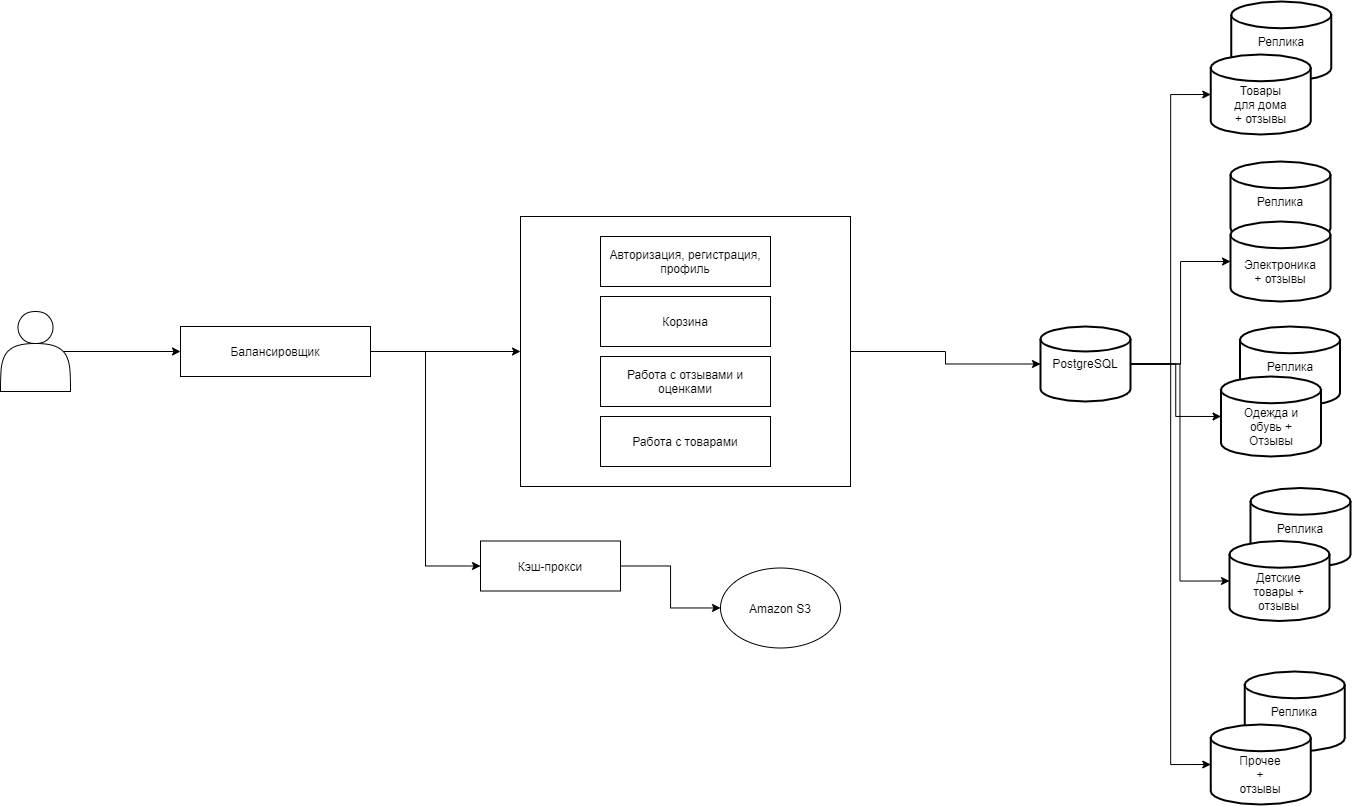
ErikDoter/highload keeps this draw.io diagram as files/shema.png. Above is the earlier version. Source tidied: cells renumbered, new cells last; positions are measured from the earlier drawing's top-left corner, leaving out a move shared by most shapes. Its diagram source:
```xml
<mxGraphModel>
  <root>
    <mxCell id="0" />
    <mxCell id="1" parent="0" />
    <mxCell id="2" style="edgeStyle=orthogonalEdgeStyle;rounded=0;jettySize=auto;html=1;exitX=0.9;exitY=0.5;exitDx=0;exitDy=0;exitPerimeter=0;entryX=0;entryY=0.5;entryDx=0;entryDy=0;" parent="1" edge="1" source="3" target="6">
      <mxGeometry relative="1" as="geometry" />
    </mxCell>
    <mxCell id="3" style="shape=actor;whiteSpace=wrap;html=1;" parent="1" vertex="1">
      <mxGeometry y="310" width="70" height="80" as="geometry" />
    </mxCell>
    <mxCell id="4" style="edgeStyle=orthogonalEdgeStyle;rounded=0;jettySize=auto;html=1;exitX=1;exitY=0.5;exitDx=0;exitDy=0;entryX=0;entryY=0.5;entryDx=0;entryDy=0;" parent="1" edge="1" source="6" target="11">
      <mxGeometry relative="1" as="geometry" />
    </mxCell>
    <mxCell id="5" style="edgeStyle=orthogonalEdgeStyle;rounded=0;jettySize=auto;html=1;exitX=1;exitY=0.5;exitDx=0;exitDy=0;entryX=0;entryY=0.5;entryDx=0;entryDy=0;" parent="1" edge="1" source="6" target="8">
      <mxGeometry relative="1" as="geometry" />
    </mxCell>
    <mxCell id="6" value="Балансировщик" style="rounded=0;whiteSpace=wrap;html=1;" parent="1" vertex="1">
      <mxGeometry x="180" y="325" width="190" height="50" as="geometry" />
    </mxCell>
    <mxCell id="7" style="edgeStyle=orthogonalEdgeStyle;rounded=0;jettySize=auto;html=1;exitX=1;exitY=0.5;exitDx=0;exitDy=0;" parent="1" edge="1" source="8" target="9">
      <mxGeometry relative="1" as="geometry" />
    </mxCell>
    <mxCell id="8" value="Кэш-прокси" style="rounded=0;whiteSpace=wrap;html=1;" parent="1" vertex="1">
      <mxGeometry x="480" y="539.5" width="140" height="50" as="geometry" />
    </mxCell>
    <mxCell id="9" value="Amazon S3" style="ellipse;whiteSpace=wrap;html=1;" parent="1" vertex="1">
      <mxGeometry x="720" y="566.5" width="120" height="80" as="geometry" />
    </mxCell>
    <mxCell id="10" style="edgeStyle=orthogonalEdgeStyle;rounded=0;jettySize=auto;html=1;exitX=1;exitY=0.5;exitDx=0;exitDy=0;entryX=0;entryY=0.5;entryDx=0;entryDy=0;entryPerimeter=0;" parent="1" edge="1" source="11" target="21">
      <mxGeometry relative="1" as="geometry" />
    </mxCell>
    <mxCell id="11" style="rounded=0;whiteSpace=wrap;html=1;" parent="1" vertex="1">
      <mxGeometry x="520" y="215" width="330" height="270" as="geometry" />
    </mxCell>
    <mxCell id="12" value="Корзина" style="rounded=0;whiteSpace=wrap;html=1;" parent="1" vertex="1">
      <mxGeometry x="600" y="295" width="170" height="50" as="geometry" />
    </mxCell>
    <mxCell id="13" value="Работа с отзывами и оценками" style="rounded=0;whiteSpace=wrap;html=1;" parent="1" vertex="1">
      <mxGeometry x="600" y="355" width="170" height="50" as="geometry" />
    </mxCell>
    <mxCell id="14" value="Работа с товарами" style="rounded=0;whiteSpace=wrap;html=1;" parent="1" vertex="1">
      <mxGeometry x="600" y="415" width="170" height="50" as="geometry" />
    </mxCell>
    <mxCell id="15" value="Авторизация, регистрация, профиль" style="rounded=0;whiteSpace=wrap;html=1;" parent="1" vertex="1">
      <mxGeometry x="600" y="235" width="170" height="50" as="geometry" />
    </mxCell>
    <mxCell id="16" style="edgeStyle=orthogonalEdgeStyle;rounded=0;jettySize=auto;html=1;exitX=1;exitY=0.5;exitDx=0;exitDy=0;exitPerimeter=0;entryX=0;entryY=0.5;entryDx=0;entryDy=0;entryPerimeter=0;" parent="1" edge="1" source="21" target="35">
      <mxGeometry relative="1" as="geometry" />
    </mxCell>
    <mxCell id="17" style="edgeStyle=orthogonalEdgeStyle;rounded=0;jettySize=auto;html=1;exitX=1;exitY=0.5;exitDx=0;exitDy=0;exitPerimeter=0;entryX=0;entryY=0.5;entryDx=0;entryDy=0;entryPerimeter=0;" parent="1" edge="1" source="21" target="31">
      <mxGeometry relative="1" as="geometry" />
    </mxCell>
    <mxCell id="18" style="edgeStyle=orthogonalEdgeStyle;rounded=0;jettySize=auto;html=1;exitX=1;exitY=0.5;exitDx=0;exitDy=0;exitPerimeter=0;entryX=0;entryY=0.5;entryDx=0;entryDy=0;entryPerimeter=0;" parent="1" edge="1" source="21" target="32">
      <mxGeometry relative="1" as="geometry" />
    </mxCell>
    <mxCell id="19" style="edgeStyle=orthogonalEdgeStyle;rounded=0;jettySize=auto;html=1;exitX=1;exitY=0.5;exitDx=0;exitDy=0;exitPerimeter=0;entryX=0;entryY=0.5;entryDx=0;entryDy=0;entryPerimeter=0;" parent="1" edge="1" source="21" target="33">
      <mxGeometry relative="1" as="geometry" />
    </mxCell>
    <mxCell id="20" style="edgeStyle=orthogonalEdgeStyle;rounded=0;jettySize=auto;html=1;exitX=1;exitY=0.5;exitDx=0;exitDy=0;exitPerimeter=0;entryX=0;entryY=0.5;entryDx=0;entryDy=0;entryPerimeter=0;" parent="1" edge="1" source="21" target="34">
      <mxGeometry relative="1" as="geometry" />
    </mxCell>
    <mxCell id="21" value="PostgreSQL" style="strokeWidth=2;html=1;shape=mxgraph.flowchart.database;whiteSpace=wrap;" parent="1" vertex="1">
      <mxGeometry x="1040" y="325" width="90" height="75" as="geometry" />
    </mxCell>
    <mxCell id="22" style="strokeWidth=2;html=1;shape=mxgraph.flowchart.database;whiteSpace=wrap;" parent="1" vertex="1">
      <mxGeometry x="1244.2" y="670" width="100" height="80" as="geometry" />
    </mxCell>
    <mxCell id="23" value="Реплика" style="text;html=1;strokeColor=none;fillColor=none;align=center;verticalAlign=middle;whiteSpace=wrap;rounded=0;" parent="1" vertex="1">
      <mxGeometry x="1274.2" y="700" width="40" height="20" as="geometry" />
    </mxCell>
    <mxCell id="24" style="strokeWidth=2;html=1;shape=mxgraph.flowchart.database;whiteSpace=wrap;" parent="1" vertex="1">
      <mxGeometry x="1230.8" width="100" height="80" as="geometry" />
    </mxCell>
    <mxCell id="25" value="Реплика" style="text;html=1;strokeColor=none;fillColor=none;align=center;verticalAlign=middle;whiteSpace=wrap;rounded=0;" parent="1" vertex="1">
      <mxGeometry x="1260.8" y="30" width="40" height="20" as="geometry" />
    </mxCell>
    <mxCell id="26" style="strokeWidth=2;html=1;shape=mxgraph.flowchart.database;whiteSpace=wrap;" parent="1" vertex="1">
      <mxGeometry x="1250" y="486.5" width="100" height="80" as="geometry" />
    </mxCell>
    <mxCell id="27" value="Реплика" style="text;html=1;strokeColor=none;fillColor=none;align=center;verticalAlign=middle;whiteSpace=wrap;rounded=0;" parent="1" vertex="1">
      <mxGeometry x="1280" y="516.5" width="40" height="20" as="geometry" />
    </mxCell>
    <mxCell id="28" style="strokeWidth=2;html=1;shape=mxgraph.flowchart.database;whiteSpace=wrap;" parent="1" vertex="1">
      <mxGeometry x="1239.5" y="325" width="100" height="80" as="geometry" />
    </mxCell>
    <mxCell id="29" value="Реплика" style="text;html=1;strokeColor=none;fillColor=none;align=center;verticalAlign=middle;whiteSpace=wrap;rounded=0;" parent="1" vertex="1">
      <mxGeometry x="1269.5" y="355" width="40" height="20" as="geometry" />
    </mxCell>
    <mxCell id="30" style="strokeWidth=2;html=1;shape=mxgraph.flowchart.database;whiteSpace=wrap;" parent="1" vertex="1">
      <mxGeometry x="1230" y="160" width="100" height="80" as="geometry" />
    </mxCell>
    <mxCell id="31" style="strokeWidth=2;html=1;shape=mxgraph.flowchart.database;whiteSpace=wrap;" parent="1" vertex="1">
      <mxGeometry x="1230" y="220" width="100" height="80" as="geometry" />
    </mxCell>
    <mxCell id="32" style="strokeWidth=2;html=1;shape=mxgraph.flowchart.database;whiteSpace=wrap;" parent="1" vertex="1">
      <mxGeometry x="1220.5" y="375" width="100" height="80" as="geometry" />
    </mxCell>
    <mxCell id="33" style="strokeWidth=2;html=1;shape=mxgraph.flowchart.database;whiteSpace=wrap;" parent="1" vertex="1">
      <mxGeometry x="1229" y="539.5" width="100" height="80" as="geometry" />
    </mxCell>
    <mxCell id="34" style="strokeWidth=2;html=1;shape=mxgraph.flowchart.database;whiteSpace=wrap;" parent="1" vertex="1">
      <mxGeometry x="1210.2" y="723" width="100" height="80" as="geometry" />
    </mxCell>
    <mxCell id="35" style="strokeWidth=2;html=1;shape=mxgraph.flowchart.database;whiteSpace=wrap;" parent="1" vertex="1">
      <mxGeometry x="1210.2" y="53" width="100" height="80" as="geometry" />
    </mxCell>
    <mxCell id="36" value="Электроника + отзывы" style="text;html=1;strokeColor=none;fillColor=none;align=center;verticalAlign=middle;whiteSpace=wrap;rounded=0;" parent="1" vertex="1">
      <mxGeometry x="1260" y="260" width="40" height="20" as="geometry" />
    </mxCell>
    <mxCell id="37" value="Одежда и обувь + Отзывы" style="text;html=1;strokeColor=none;fillColor=none;align=center;verticalAlign=middle;whiteSpace=wrap;rounded=0;" parent="1" vertex="1">
      <mxGeometry x="1241.5" y="415" width="58" height="20" as="geometry" />
    </mxCell>
    <mxCell id="38" value="Детские товары + отзывы" style="text;html=1;strokeColor=none;fillColor=none;align=center;verticalAlign=middle;whiteSpace=wrap;rounded=0;" parent="1" vertex="1">
      <mxGeometry x="1245.5" y="579.5" width="67" height="20" as="geometry" />
    </mxCell>
    <mxCell id="39" value="Товары для дома + отзывы" style="text;html=1;strokeColor=none;fillColor=none;align=center;verticalAlign=middle;whiteSpace=wrap;rounded=0;" parent="1" vertex="1">
      <mxGeometry x="1230.8" y="93" width="59" height="20" as="geometry" />
    </mxCell>
    <mxCell id="40" value="Прочее + отзывы" style="text;html=1;strokeColor=none;fillColor=none;align=center;verticalAlign=middle;whiteSpace=wrap;rounded=0;" parent="1" vertex="1">
      <mxGeometry x="1240.2" y="763" width="40" height="20" as="geometry" />
    </mxCell>
    <mxCell id="41" value="Реплика" style="text;html=1;strokeColor=none;fillColor=none;align=center;verticalAlign=middle;whiteSpace=wrap;rounded=0;" parent="1" vertex="1">
      <mxGeometry x="1260" y="190" width="40" height="20" as="geometry" />
    </mxCell>
  </root>
</mxGraphModel>
```
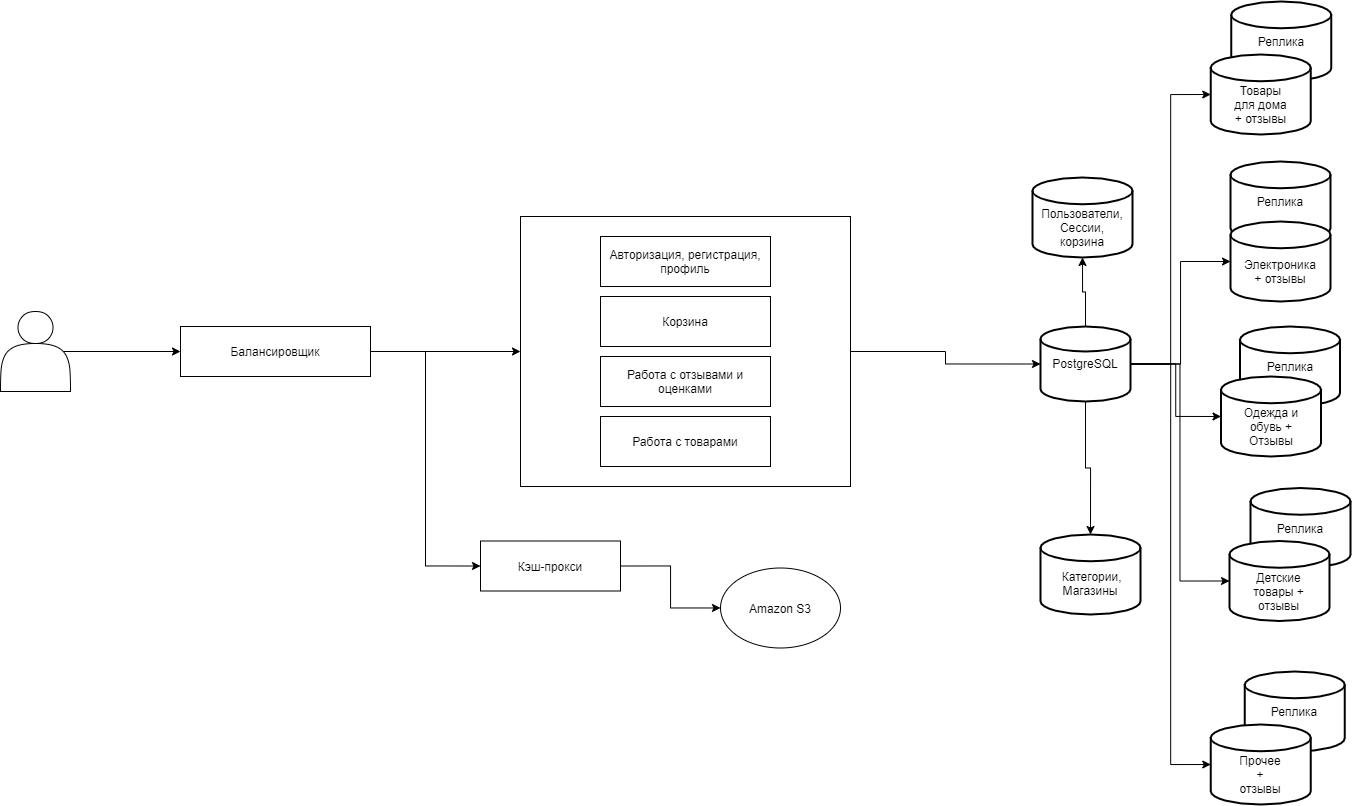
The same file after the commit.

Diff of the diagram source:
```diff
@@ -59,6 +59,12 @@
     <mxCell id="20" style="edgeStyle=orthogonalEdgeStyle;rounded=0;jettySize=auto;html=1;exitX=1;exitY=0.5;exitDx=0;exitDy=0;exitPerimeter=0;entryX=0;entryY=0.5;entryDx=0;entryDy=0;entryPerimeter=0;" parent="1" edge="1" source="21" target="34">
       <mxGeometry relative="1" as="geometry" />
     </mxCell>
+    <mxCell id="42" style="edgeStyle=orthogonalEdgeStyle;rounded=0;jettySize=auto;html=1;exitX=0.5;exitY=0;exitDx=0;exitDy=0;exitPerimeter=0;entryX=0.5;entryY=1;entryDx=0;entryDy=0;entryPerimeter=0;" parent="1" edge="1" source="21" target="46">
+      <mxGeometry relative="1" as="geometry" />
+    </mxCell>
+    <mxCell id="43" style="edgeStyle=orthogonalEdgeStyle;rounded=0;jettySize=auto;html=1;exitX=0.5;exitY=1;exitDx=0;exitDy=0;exitPerimeter=0;entryX=0.5;entryY=0;entryDx=0;entryDy=0;entryPerimeter=0;" parent="1" edge="1" source="21" target="44">
+      <mxGeometry relative="1" as="geometry" />
+    </mxCell>
     <mxCell id="21" value="PostgreSQL" style="strokeWidth=2;html=1;shape=mxgraph.flowchart.database;whiteSpace=wrap;" parent="1" vertex="1">
       <mxGeometry x="1040" y="325" width="90" height="75" as="geometry" />
     </mxCell>
@@ -122,5 +128,17 @@
     <mxCell id="41" value="Реплика" style="text;html=1;strokeColor=none;fillColor=none;align=center;verticalAlign=middle;whiteSpace=wrap;rounded=0;" parent="1" vertex="1">
       <mxGeometry x="1260" y="190" width="40" height="20" as="geometry" />
     </mxCell>
+    <mxCell id="44" style="strokeWidth=2;html=1;shape=mxgraph.flowchart.database;whiteSpace=wrap;" parent="1" vertex="1">
+      <mxGeometry x="1040" y="533" width="100" height="80" as="geometry" />
+    </mxCell>
+    <mxCell id="45" value="&amp;nbsp;Категории, Магазины" style="text;html=1;strokeColor=none;fillColor=none;align=center;verticalAlign=middle;whiteSpace=wrap;rounded=0;" parent="1" vertex="1">
+      <mxGeometry x="1070" y="573" width="40" height="18" as="geometry" />
+    </mxCell>
+    <mxCell id="46" style="strokeWidth=2;html=1;shape=mxgraph.flowchart.database;whiteSpace=wrap;" parent="1" vertex="1">
+      <mxGeometry x="1032" y="176" width="100" height="80" as="geometry" />
+    </mxCell>
+    <mxCell id="47" value="Пользователи, Сессии, корзина" style="text;html=1;strokeColor=none;fillColor=none;align=center;verticalAlign=middle;whiteSpace=wrap;rounded=0;" parent="1" vertex="1">
+      <mxGeometry x="1062" y="216" width="40" height="20" as="geometry" />
+    </mxCell>
   </root>
 </mxGraphModel>
```
